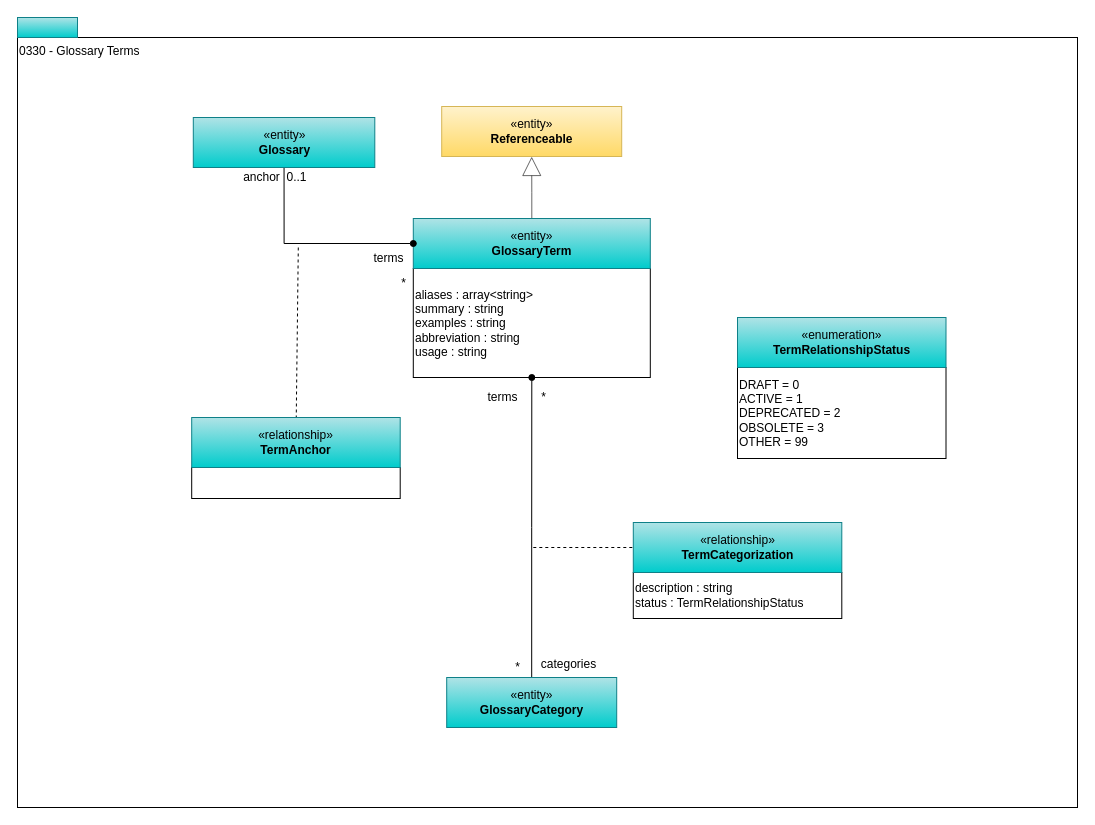
Before: page "0330-Terms" (4 of 13) of site/docs/types/3/area-3-glossary.drawio in odpi/egeria-docs, a draw.io diagram. Source tidied: cells renumbered, new cells numbered last; positions are measured from the earlier drawing's top-left corner, leaving out a move shared by most shapes. Both pictures are drawn from the tidied source at 100%, with x=0, y=0 at pixel (17, 17).
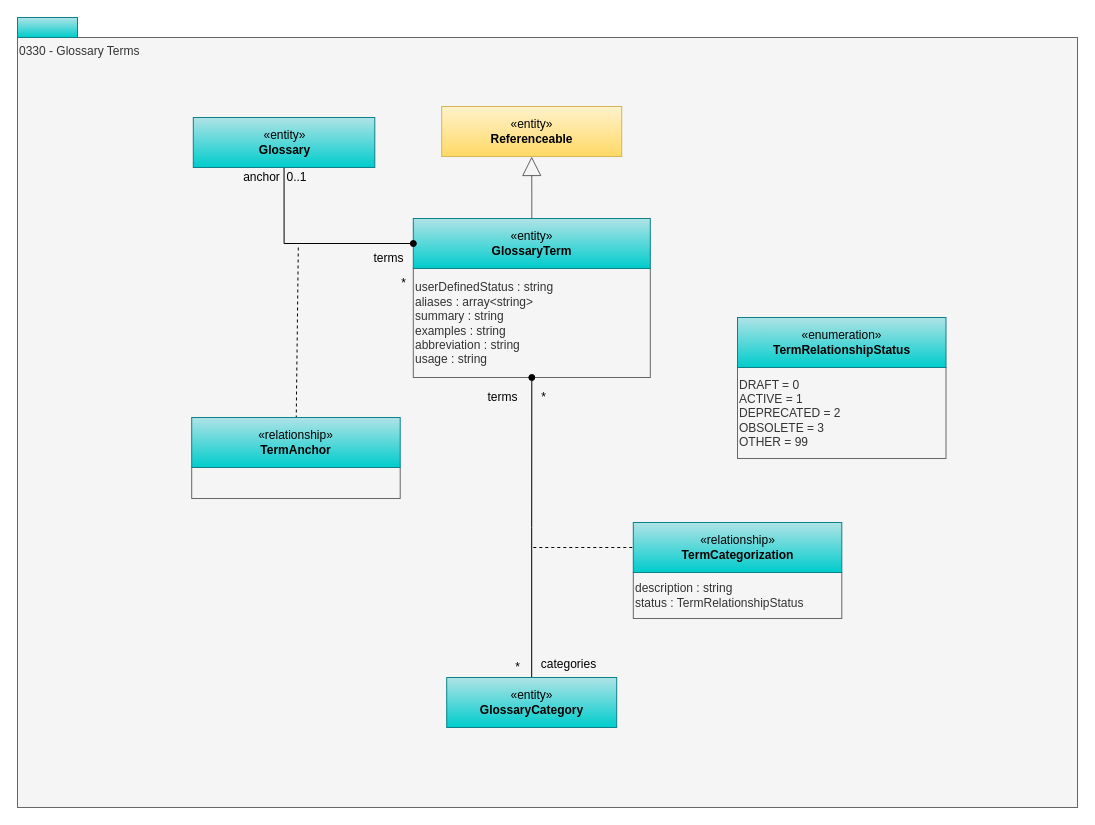
The same page after the edit.

What changed in the source:
```diff
@@
-    <mxCell id="2" value="0330 - Glossary Terms" style="rounded=0;whiteSpace=wrap;html=1;align=left;verticalAlign=top;" parent="1" vertex="1">
+    <mxCell id="2" value="0330 - Glossary Terms" style="rounded=0;whiteSpace=wrap;html=1;align=left;verticalAlign=top;fillColor=#f5f5f5;fontColor=#333333;strokeColor=#666666;" parent="1" vertex="1">
       <mxGeometry y="20" width="1060" height="770" as="geometry" />
     </mxCell>
@@
-    <mxCell id="4" value="aliases : array&amp;lt;string&amp;gt;&lt;br&gt;summary : string&lt;br&gt;examples : string&lt;br&gt;abbreviation : string&lt;br&gt;usage : string" style="rounded=0;whiteSpace=wrap;html=1;strokeColor=#000000;gradientColor=#ffffff;align=left;" parent="1" vertex="1">
+    <mxCell id="4" value="userDefinedStatus : string&lt;div&gt;aliases : array&amp;lt;string&amp;gt;&lt;br&gt;summary : string&lt;br&gt;examples : string&lt;br&gt;abbreviation : string&lt;br&gt;usage : string&lt;/div&gt;" style="rounded=0;whiteSpace=wrap;html=1;strokeColor=#666666;align=left;fillColor=#f5f5f5;fontColor=#333333;" parent="1" vertex="1">
       <mxGeometry x="395.8" y="251" width="237" height="109" as="geometry" />
     </mxCell>
@@
-    <mxCell id="13" style="rounded=0;whiteSpace=wrap;html=1;strokeColor=#000000;gradientColor=#ffffff;align=left;" parent="1" vertex="1">
+    <mxCell id="13" style="rounded=0;whiteSpace=wrap;html=1;strokeColor=#666666;align=left;fillColor=#f5f5f5;fontColor=#333333;" parent="1" vertex="1">
       <mxGeometry x="174.2" y="450" width="208.5" height="31" as="geometry" />
     </mxCell>
@@
-    <mxCell id="20" value="description : string&lt;br&gt;status : TermRelationshipStatus" style="rounded=0;whiteSpace=wrap;html=1;strokeColor=#000000;gradientColor=#ffffff;align=left;" parent="1" vertex="1">
+    <mxCell id="20" value="description : string&lt;br&gt;status : TermRelationshipStatus" style="rounded=0;whiteSpace=wrap;html=1;strokeColor=#666666;align=left;fillColor=#f5f5f5;fontColor=#333333;" parent="1" vertex="1">
       <mxGeometry x="615.8" y="555" width="208.5" height="46" as="geometry" />
     </mxCell>
@@
-    <mxCell id="26" value="DRAFT = 0&lt;br&gt;ACTIVE = 1&lt;br&gt;DEPRECATED = 2&lt;br&gt;OBSOLETE = 3&lt;br&gt;OTHER = 99" style="rounded=0;whiteSpace=wrap;html=1;strokeColor=#000000;gradientColor=#ffffff;align=left;" parent="1" vertex="1">
+    <mxCell id="26" value="DRAFT = 0&lt;br&gt;ACTIVE = 1&lt;br&gt;DEPRECATED = 2&lt;br&gt;OBSOLETE = 3&lt;br&gt;OTHER = 99" style="rounded=0;whiteSpace=wrap;html=1;strokeColor=#666666;align=left;fillColor=#f5f5f5;fontColor=#333333;" parent="1" vertex="1">
       <mxGeometry x="720" y="350" width="208.5" height="91" as="geometry" />
     </mxCell>
```
